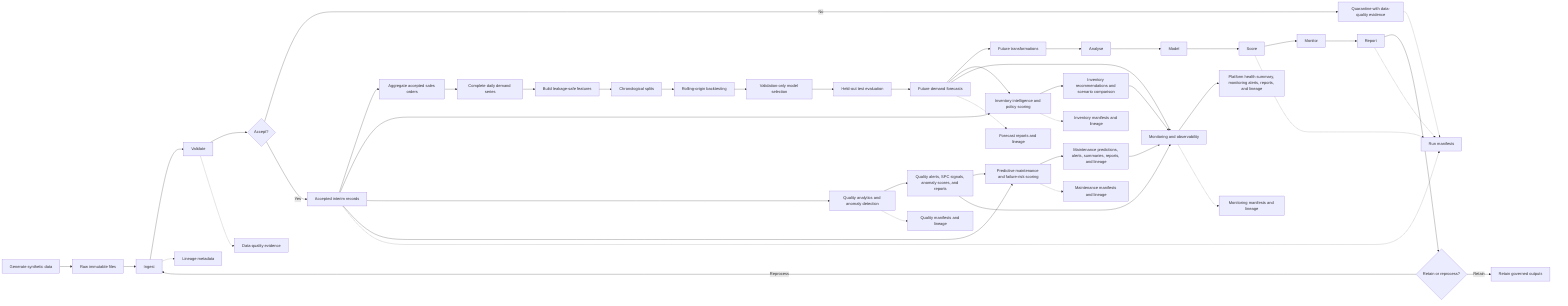
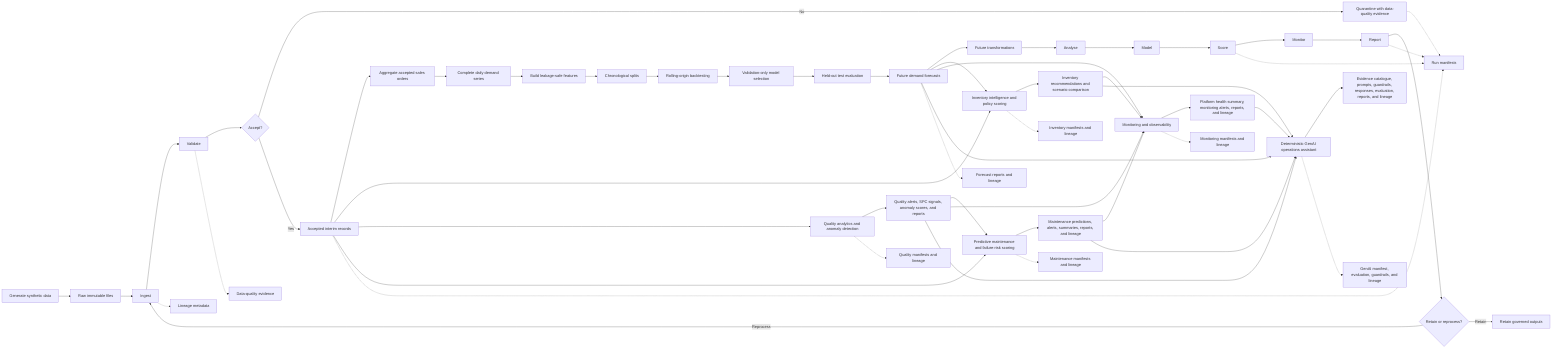
flowchart LR
    Generate["Generate synthetic data"] --> Raw["Raw immutable files"]
    Raw --> Ingest["Ingest"]
    Ingest --> Validate["Validate"]
    Validate --> Decision{"Accept?"}
    Decision -- No --> Quarantine["Quarantine with data-quality evidence"]
    Decision -- Yes --> Accepted["Accepted interim records"]
    Accepted --> Demand["Aggregate accepted sales orders"]
    Demand --> Complete["Complete daily demand series"]
    Complete --> Feature["Build leakage-safe features"]
    Feature --> Split["Chronological splits"]
    Split --> Backtest["Rolling-origin backtesting"]
    Backtest --> Select["Validation-only model selection"]
    Select --> Test["Held-out test evaluation"]
    Test --> Forecast["Future demand forecasts"]
    Forecast --> Transform["Future transformations"]
    Forecast --> Inventory["Inventory intelligence and policy scoring"]
    Accepted --> Inventory
    Inventory --> InventoryOutputs["Inventory recommendations and scenario comparison"]
    Accepted --> Quality["Quality analytics and anomaly detection"]
    Quality --> QualityOutputs["Quality alerts, SPC signals, anomaly scores, and reports"]
    Accepted --> Maintenance["Predictive maintenance and failure-risk scoring"]
    QualityOutputs --> Maintenance
    Maintenance --> MaintenanceOutputs["Maintenance predictions, alerts, summaries, reports, and lineage"]
    MaintenanceOutputs --> Monitoring["Monitoring and observability"]
    Forecast --> Monitoring
    InventoryOutputs --> Monitoring
    QualityOutputs --> Monitoring
    Monitoring --> MonitoringOutputs["Platform health summary, monitoring alerts, reports, and lineage"]
+     MonitoringOutputs --> GenAI["Deterministic GenAI operations assistant"]
+     Forecast --> GenAI
+     InventoryOutputs --> GenAI
+     QualityOutputs --> GenAI
+     MaintenanceOutputs --> GenAI
+     GenAI --> GenAIOutputs["Evidence catalogue, prompts, guardrails, responses, evaluation, reports, and lineage"]
    Transform --> Analyse["Analyse"]
    Analyse --> Model["Model"]
    Model --> Score["Score"]
    Score --> Monitor["Monitor"]
    Monitor --> Report["Report"]
    Report --> Retain{"Retain or reprocess?"}
    Retain -- Retain --> Archive["Retain governed outputs"]
    Retain -- Reprocess --> Ingest

    Ingest -.-> Lineage["Lineage metadata"]
    Validate -.-> Evidence["Data-quality evidence"]
    Forecast -.-> ForecastLineage["Forecast reports and lineage"]
    Inventory -.-> InventoryLineage["Inventory manifests and lineage"]
    Quality -.-> QualityLineage["Quality manifests and lineage"]
    Maintenance -.-> MaintenanceLineage["Maintenance manifests and lineage"]
    Monitoring -.-> MonitoringLineage["Monitoring manifests and lineage"]
+     GenAI -.-> GenAILineage["GenAI manifest, evaluation, guardrails, and lineage"]
    Accepted -.-> Manifest["Run manifests"]
    Quarantine -.-> Manifest
    Score -.-> Manifest
    Report -.-> Manifest
